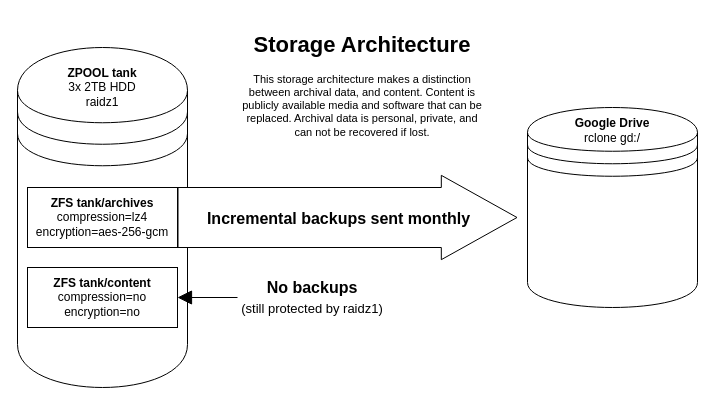
Above: page "Overview" (1 of 5) of storage_architecture.drawio in jonmon6691/storage_architecture (draw.io), before the change. Source tidied: cells renumbered, new cells numbered last; positions are measured from the earlier drawing's top-left corner, leaving out a move shared by most shapes. Both pictures are drawn from the tidied source at 100%, with x=0, y=0 at pixel (17, 27).
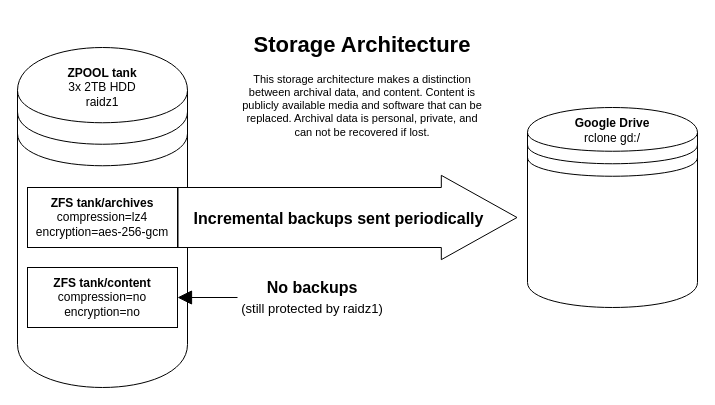
The same diagram, later.

What changed in the source:
```diff
@@
 <mxGraphModel>
   <root>
     <mxCell id="0" />
     <mxCell id="1" parent="0" />
     <mxCell id="2" style="shape=datastore;whiteSpace=wrap;html=1;verticalAlign=top;horizontal=1;align=center;" parent="1" vertex="1">
       <mxGeometry x="510" y="80" width="170" height="200" as="geometry" />
     </mxCell>
     <mxCell id="3" style="shape=datastore;whiteSpace=wrap;html=1;verticalAlign=top;horizontal=1;align=center;" parent="1" vertex="1">
       <mxGeometry y="20" width="170" height="340" as="geometry" />
     </mxCell>
     <mxCell id="4" value="&lt;b&gt;ZFS tank/content&lt;/b&gt;&lt;br&gt;compression=no&lt;br&gt;encryption=no" style="rounded=0;whiteSpace=wrap;html=1;" parent="1" vertex="1">
       <mxGeometry x="10" y="240" width="150" height="60" as="geometry" />
     </mxCell>
     <mxCell id="5" value="&lt;b&gt;ZPOOL tank&lt;br&gt;&lt;/b&gt;3x 2TB HDD&lt;br&gt;raidz1" style="rounded=0;whiteSpace=wrap;html=1;align=center;fillColor=none;strokeColor=none;" parent="1" vertex="1">
       <mxGeometry x="20" y="30" width="130" height="60" as="geometry" />
     </mxCell>
     <mxCell id="6" value="&lt;b&gt;Google Drive&lt;br&gt;&lt;/b&gt;rclone gd:/" style="rounded=0;whiteSpace=wrap;html=1;align=center;fillColor=none;strokeColor=none;" parent="1" vertex="1">
       <mxGeometry x="530" y="73" width="130" height="60" as="geometry" />
     </mxCell>
     <mxCell id="7" value="&lt;h1&gt;Storage Architecture&lt;/h1&gt;&lt;p&gt;This storage architecture makes a distinction between archival data, and content. Content is publicly available media and software that can be replaced. Archival data is personal, private, and can not be recovered if lost.&lt;/p&gt;" style="text;html=1;strokeColor=none;fillColor=none;spacing=5;spacingTop=-20;whiteSpace=wrap;overflow=hidden;rounded=0;fontSize=11;align=center;" parent="1" vertex="1">
       <mxGeometry x="220" width="250" height="120" as="geometry" />
     </mxCell>
     <mxCell id="8" style="shape=flexArrow;endArrow=classic;html=1;fontSize=11;exitX=1;exitY=0.5;exitDx=0;exitDy=0;endWidth=23.333333333333336;endSize=24.89166666666667;width=60;fillColor=#ffffff;" parent="1" edge="1" source="12">
       <mxGeometry relative="1" as="geometry">
         <mxPoint x="500" y="190" as="targetPoint" />
       </mxGeometry>
     </mxCell>
-    <mxCell id="9" value="Incremental backups sent monthly" style="edgeLabel;html=1;align=center;verticalAlign=middle;fontSize=16;fontStyle=1;" parent="8" vertex="1">
+    <mxCell id="9" value="Incremental backups sent periodically" style="edgeLabel;html=1;align=center;verticalAlign=middle;fontSize=16;fontStyle=1;" parent="8" vertex="1">
       <mxGeometry x="-0.2" y="8" relative="1" as="geometry">
         <mxPoint x="24.2" y="8" as="offset" />
       </mxGeometry>
     </mxCell>
     <mxCell id="10" style="edgeStyle=orthogonalEdgeStyle;rounded=0;jettySize=auto;html=1;entryX=1;entryY=0.5;entryDx=0;entryDy=0;fontSize=16;endArrow=block;endFill=1;startSize=12;endSize=12;" parent="1" edge="1" source="11" target="4">
       <mxGeometry relative="1" as="geometry" />
     </mxCell>
     <mxCell id="11" value="&lt;b&gt;No backups&lt;br&gt;&lt;/b&gt;&lt;font style=&quot;font-size: 13px&quot;&gt;(still protected by raidz1)&lt;/font&gt;" style="text;html=1;strokeColor=none;fillColor=none;align=center;verticalAlign=middle;whiteSpace=wrap;rounded=0;fontSize=16;opacity=20;" parent="1" vertex="1">
       <mxGeometry x="220" y="250" width="150" height="40" as="geometry" />
     </mxCell>
     <mxCell id="12" value="&lt;b&gt;ZFS tank/archives&lt;br&gt;&lt;/b&gt;compression=lz4&lt;br&gt;encryption=aes-256-gcm" style="rounded=0;whiteSpace=wrap;html=1;" parent="1" vertex="1">
       <mxGeometry x="10" y="160" width="150" height="60" as="geometry" />
     </mxCell>
   </root>
 </mxGraphModel>
```
